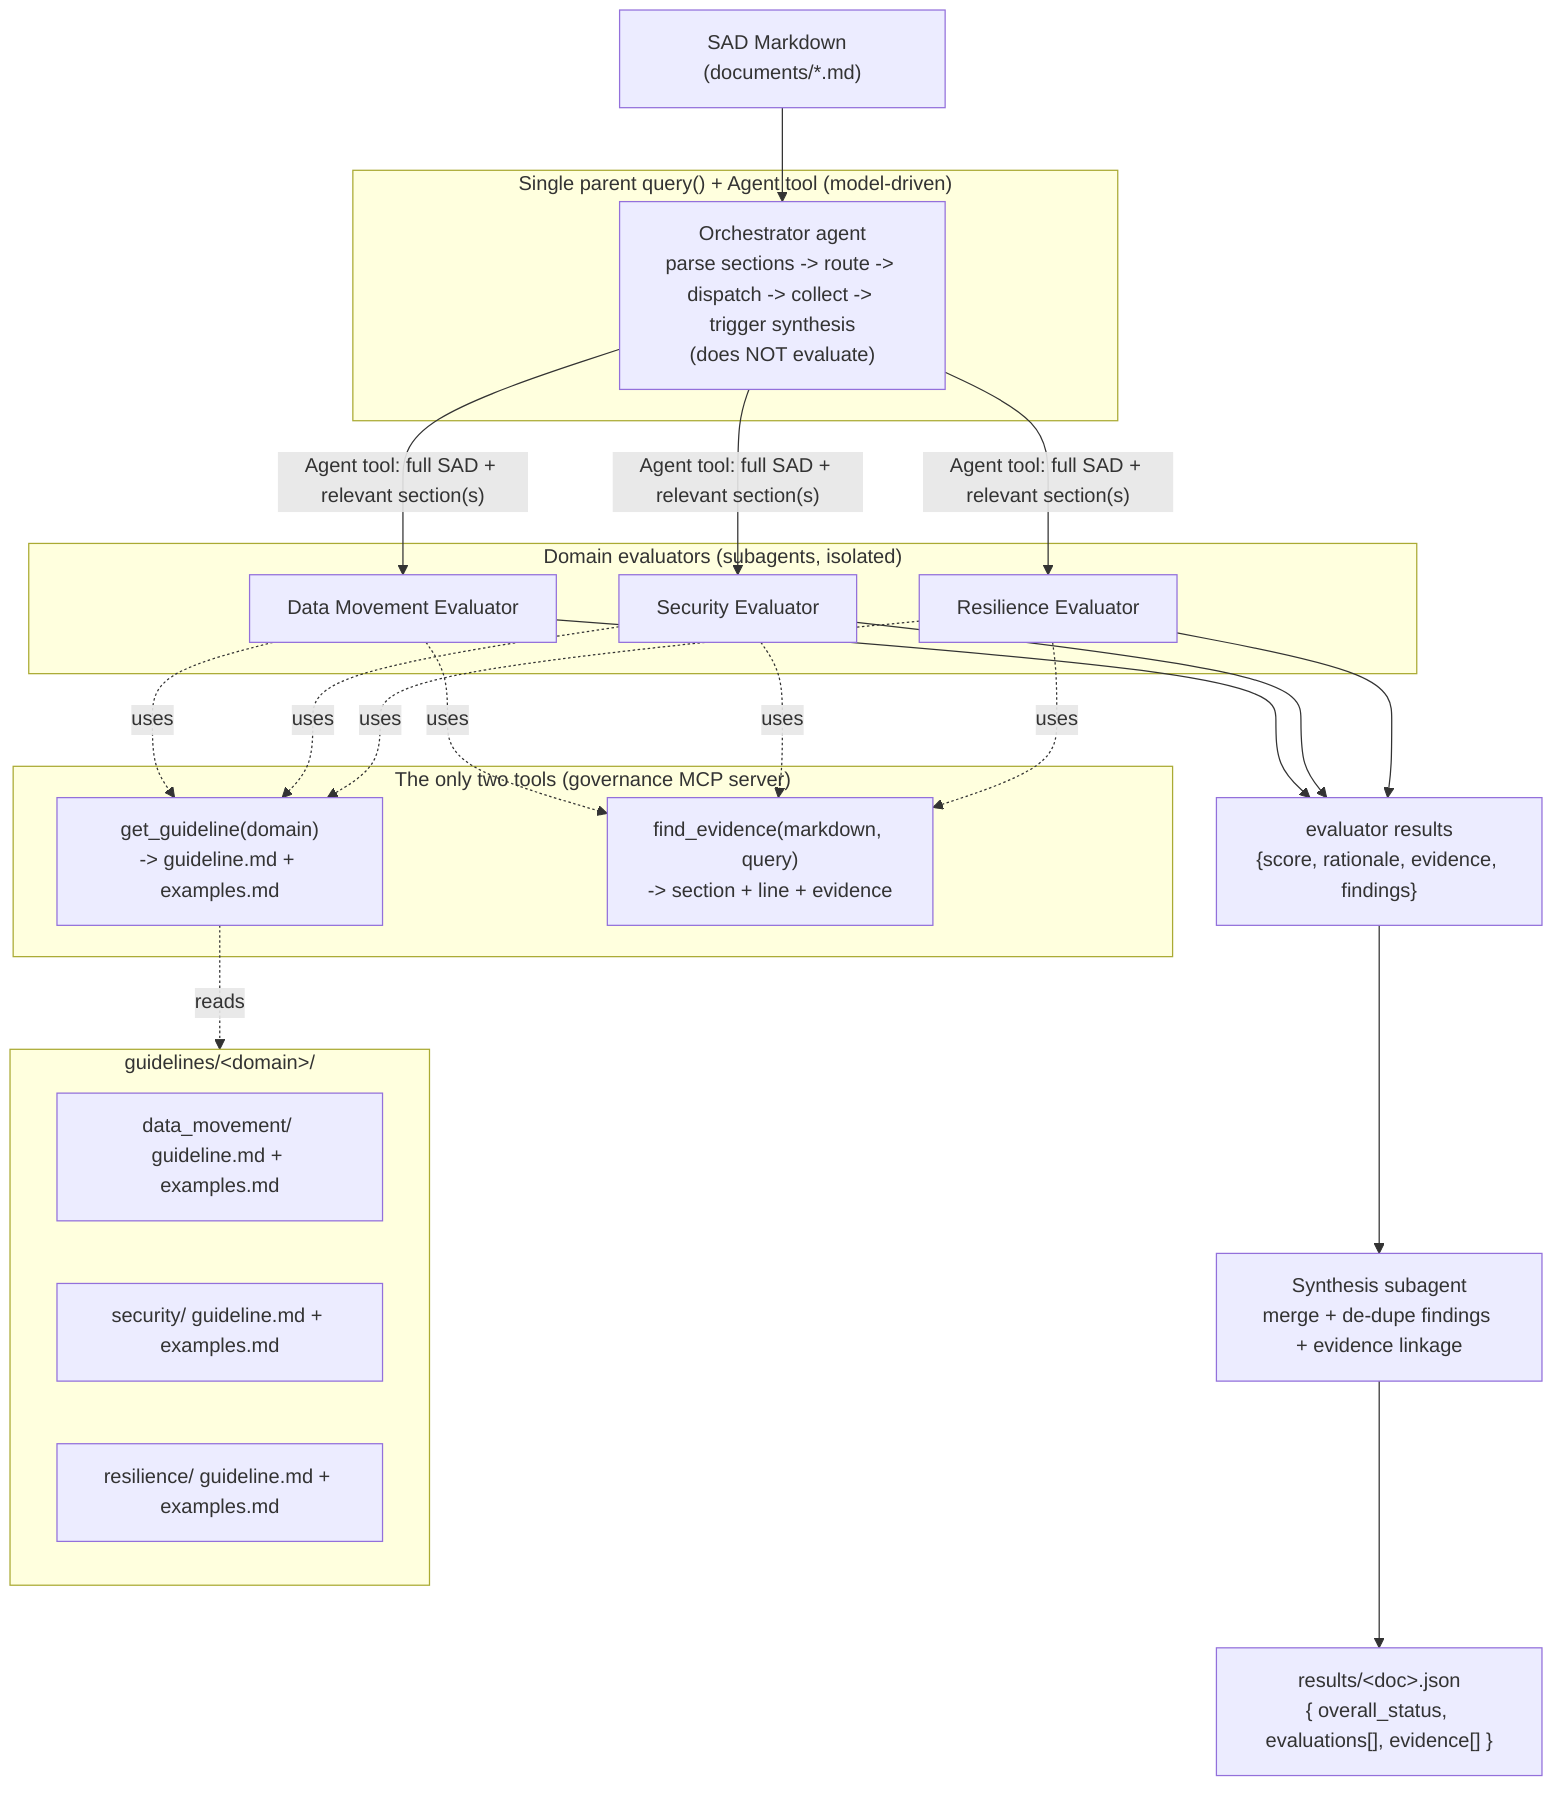
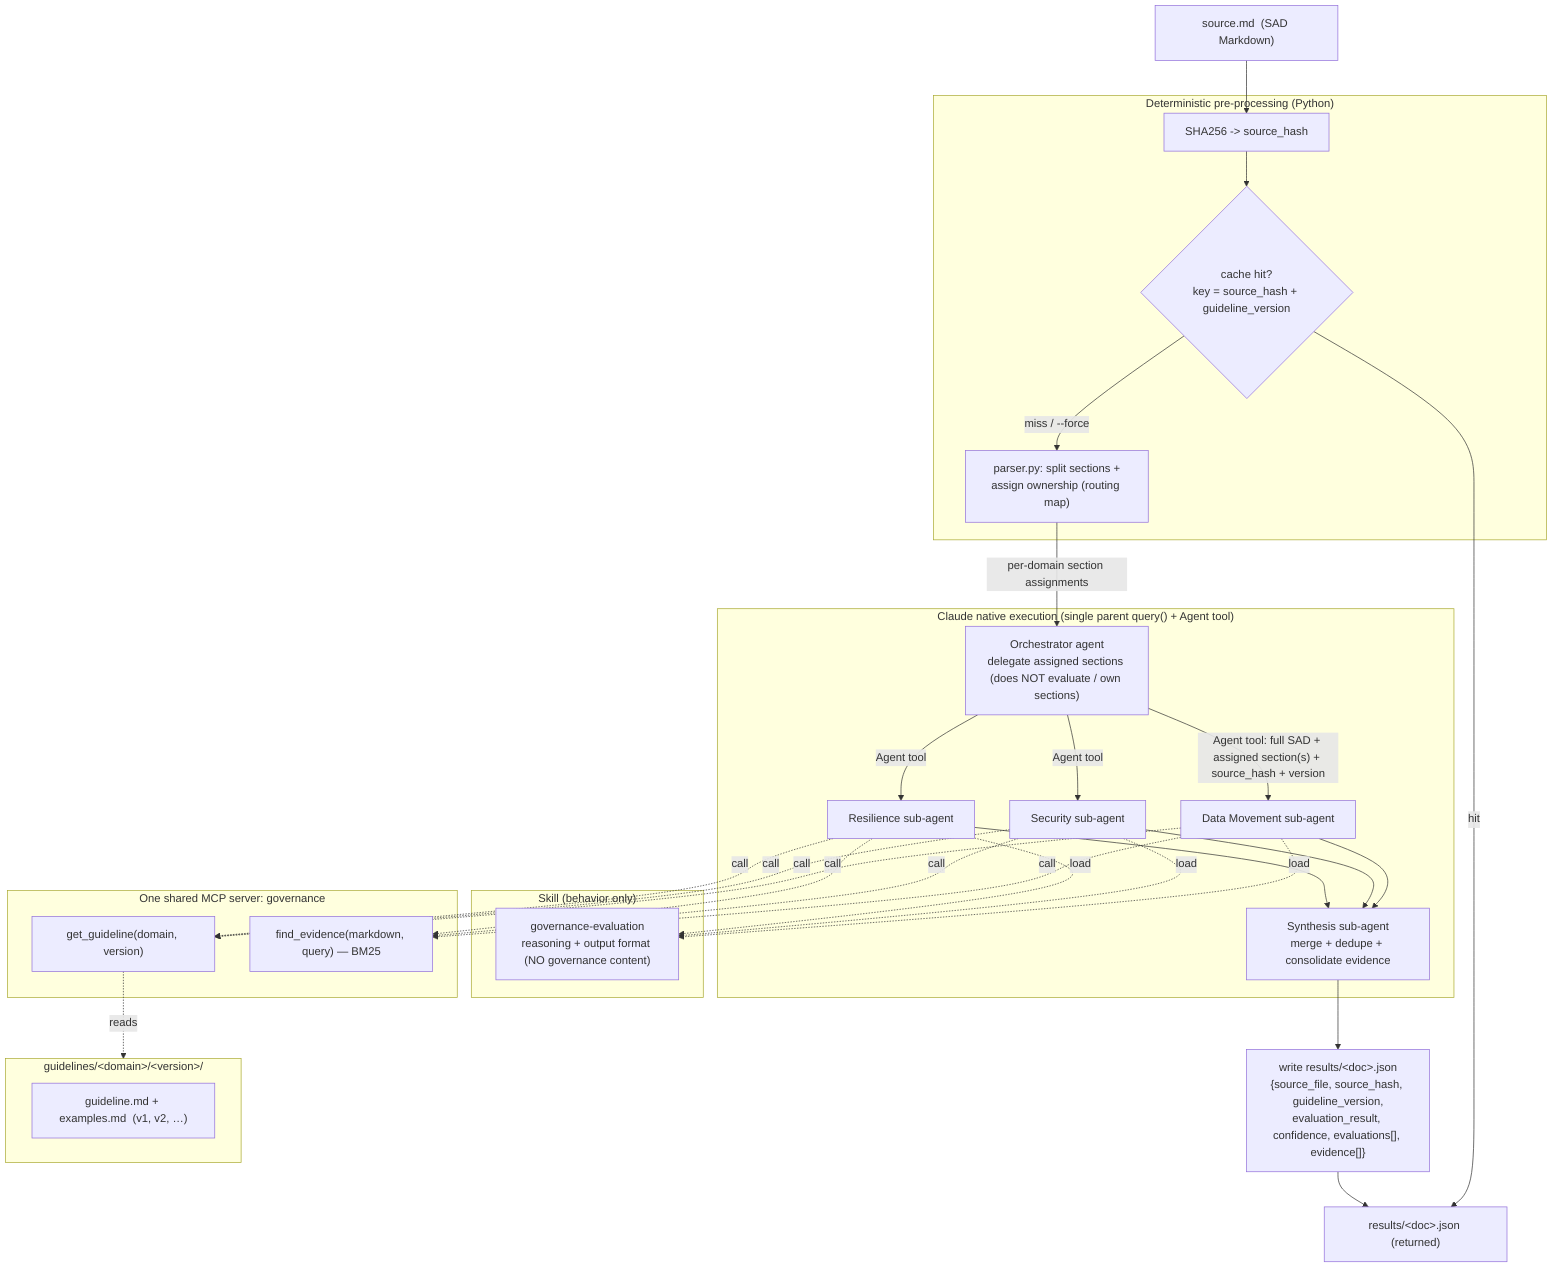
flowchart TD
-     SAD["SAD Markdown  (documents/*.md)"]
+     SAD["source.md  (SAD Markdown)"]

-     subgraph PARENT["Single parent query()  +  Agent tool  (model-driven)"]
-         ORCH["Orchestrator agent<br/>parse sections -> route -> dispatch -> collect -> trigger synthesis<br/>(does NOT evaluate)"]
+     subgraph DET["Deterministic pre-processing (Python)"]
+         HASH["SHA256 -> source_hash"]
+         CACHE{"cache hit?<br/>key = source_hash + guideline_version"}
+         PARSE["parser.py: split sections +<br/>assign ownership (routing map)"]
    end

-     SAD --> ORCH
+     SAD --> HASH --> CACHE
+     CACHE -- "hit" --> OUT["results/&lt;doc&gt;.json (returned)"]
+     CACHE -- "miss / --force" --> PARSE

-     ORCH -- "Agent tool: full SAD + relevant section(s)" --> DM
-     ORCH -- "Agent tool: full SAD + relevant section(s)" --> SEC
-     ORCH -- "Agent tool: full SAD + relevant section(s)" --> RES
+     PARSE -- "per-domain section assignments" --> ORCH

-     subgraph EVAL["Domain evaluators (subagents, isolated)"]
-         DM["Data Movement Evaluator"]
-         SEC["Security Evaluator"]
-         RES["Resilience Evaluator"]
+     subgraph NATIVE["Claude native execution (single parent query() + Agent tool)"]
+         ORCH["Orchestrator agent<br/>delegate assigned sections (does NOT evaluate / own sections)"]
+         DM["Data Movement sub-agent"]
+         SEC["Security sub-agent"]
+         RES["Resilience sub-agent"]
+         SYN["Synthesis sub-agent<br/>merge + dedupe + consolidate evidence"]
    end

-     subgraph TOOLS["The only two tools (governance MCP server)"]
-         T1["get_guideline(domain)<br/>-> guideline.md + examples.md"]
-         T2["find_evidence(markdown, query)<br/>-> section + line + evidence"]
+     ORCH -- "Agent tool: full SAD + assigned section(s) + source_hash + version" --> DM
+     ORCH -- "Agent tool" --> SEC
+     ORCH -- "Agent tool" --> RES
+ 
+     subgraph SKILL["Skill (behavior only)"]
+         SK["governance-evaluation<br/>reasoning + output format (NO governance content)"]
    end
+     DM & SEC & RES -. load .-> SK

-     DM -. uses .-> T1 & T2
-     SEC -. uses .-> T1 & T2
-     RES -. uses .-> T1 & T2
+     subgraph MCP["One shared MCP server: governance"]
+         T1["get_guideline(domain, version)"]
+         T2["find_evidence(markdown, query) — BM25"]
+     end
+     DM & SEC & RES -. call .-> T1 & T2

-     subgraph GUIDE["guidelines/&lt;domain&gt;/"]
-         G1["data_movement/ guideline.md + examples.md"]
-         G2["security/ guideline.md + examples.md"]
-         G3["resilience/ guideline.md + examples.md"]
+     subgraph GUIDE["guidelines/&lt;domain&gt;/&lt;version&gt;/"]
+         G["guideline.md + examples.md  (v1, v2, …)"]
    end
    T1 -. reads .-> GUIDE

-     DM --> COLLECT
-     SEC --> COLLECT
-     RES --> COLLECT
-     COLLECT["evaluator results<br/>{score, rationale, evidence, findings}"] --> SYN
- 
-     SYN["Synthesis subagent<br/>merge + de-dupe findings + evidence linkage"] --> OUT
- 
-     OUT["results/&lt;doc&gt;.json<br/>{ overall_status, evaluations[], evidence[] }"]
+     DM --> SYN
+     SEC --> SYN
+     RES --> SYN
+     SYN --> WRITE["write results/&lt;doc&gt;.json<br/>{source_file, source_hash, guideline_version,<br/>evaluation_result, confidence, evaluations[], evidence[]}"]
+     WRITE --> OUT
